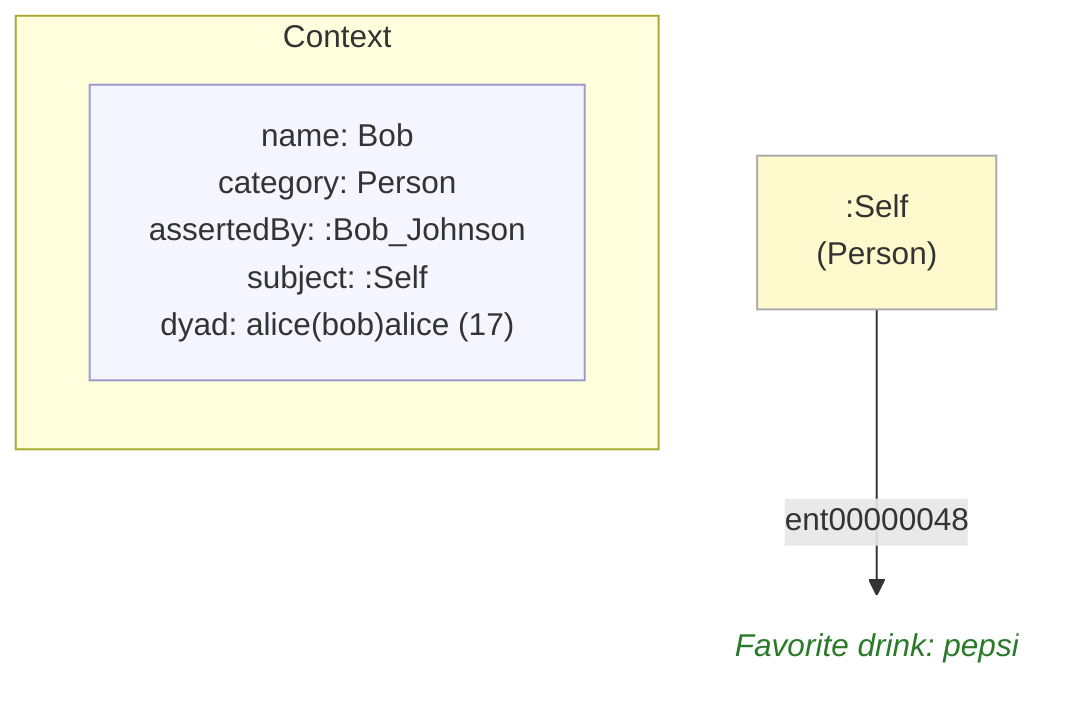
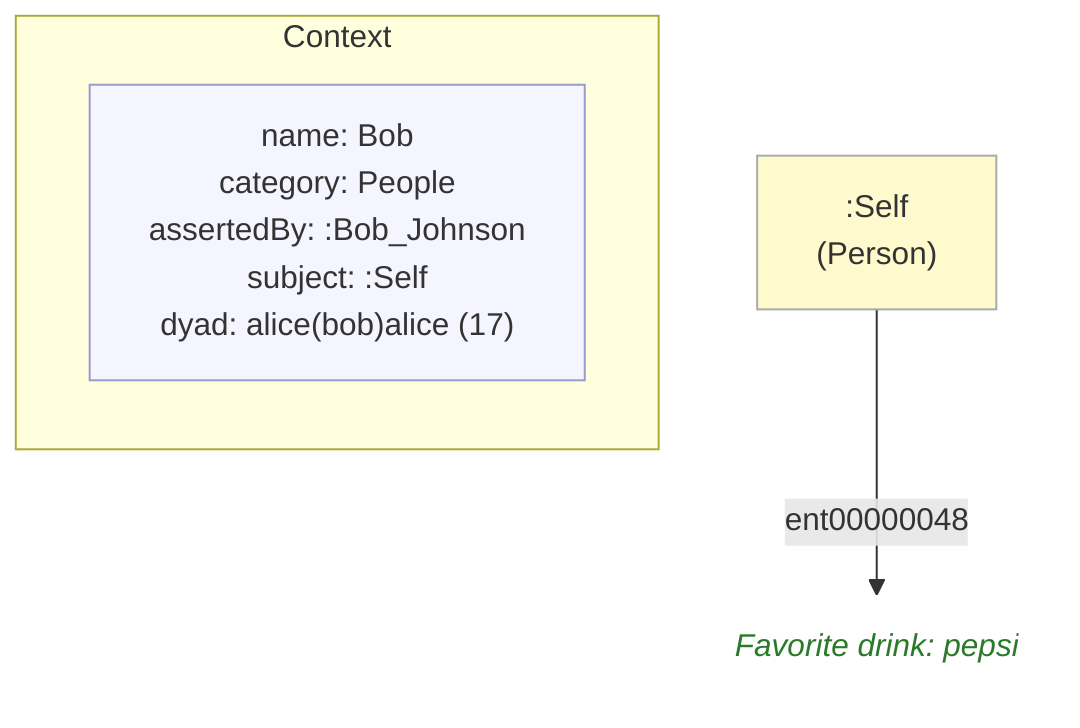
- %% ContextCategory: context:Person
+ %% ContextCategory: context:People
flowchart TD
    classDef person fill:#fffacd,stroke:#aaa,color:#333
    classDef grp    fill:#d4edda,stroke:#aaa,color:#333
    classDef org    fill:#cce5ff,stroke:#aaa,color:#333
    classDef lit    fill:none,stroke:none,font-style:italic,color:#2a7a2a
    classDef meta   fill:#f5f5ff,stroke:#9999cc,color:#333

    subgraph ctx["Context"]
        direction LR
-         ctx_meta["name: Bob\ncategory: Person\nassertedBy: :Bob_Johnson\nsubject: :Self\ndyad: alice(bob)alice (17)"]:::meta
+         ctx_meta["name: Bob\ncategory: People\nassertedBy: :Bob_Johnson\nsubject: :Self\ndyad: alice(bob)alice (17)"]:::meta
    end

    ne0c3ba92f1db[":Self\n(Person)"]:::person
-     n368a777dd107("Favorite drink: pepsi"):::lit
+     n248d52069893("Favorite drink: pepsi"):::lit

-     ne0c3ba92f1db -->|"ent00000048"| n368a777dd107
+     ne0c3ba92f1db -->|"ent00000048"| n248d52069893
